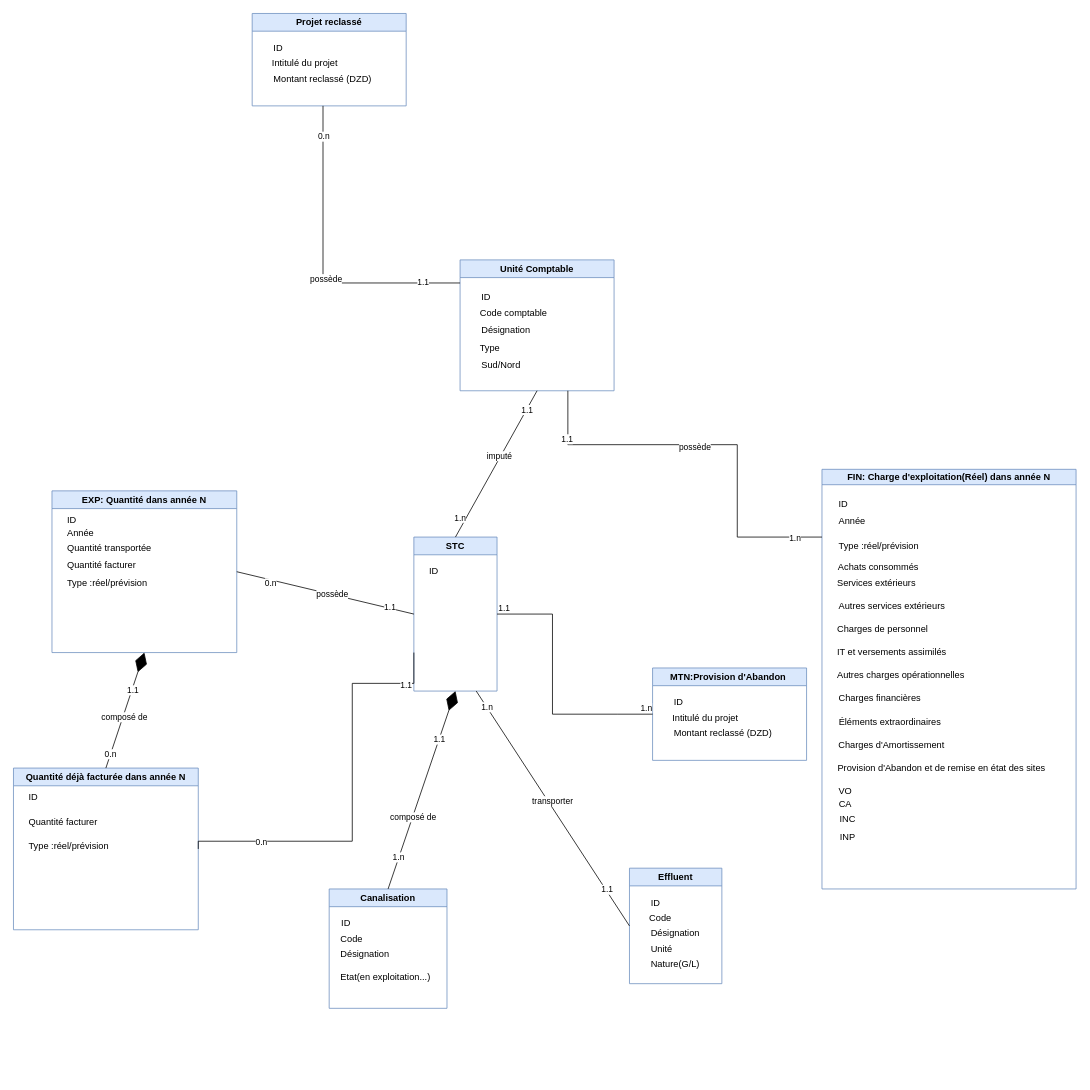
saddambelabed/Conception keeps this draw.io diagram as Diagramme de class Tarification.drawio.xml. Above is the earlier version. Source tidied: cells renumbered, new cells numbered last; positions are measured from the earlier drawing's top-left corner, leaving out a move shared by most shapes. Both pictures are drawn from the tidied source at 77%, with x=0, y=0 at pixel (13, 13).
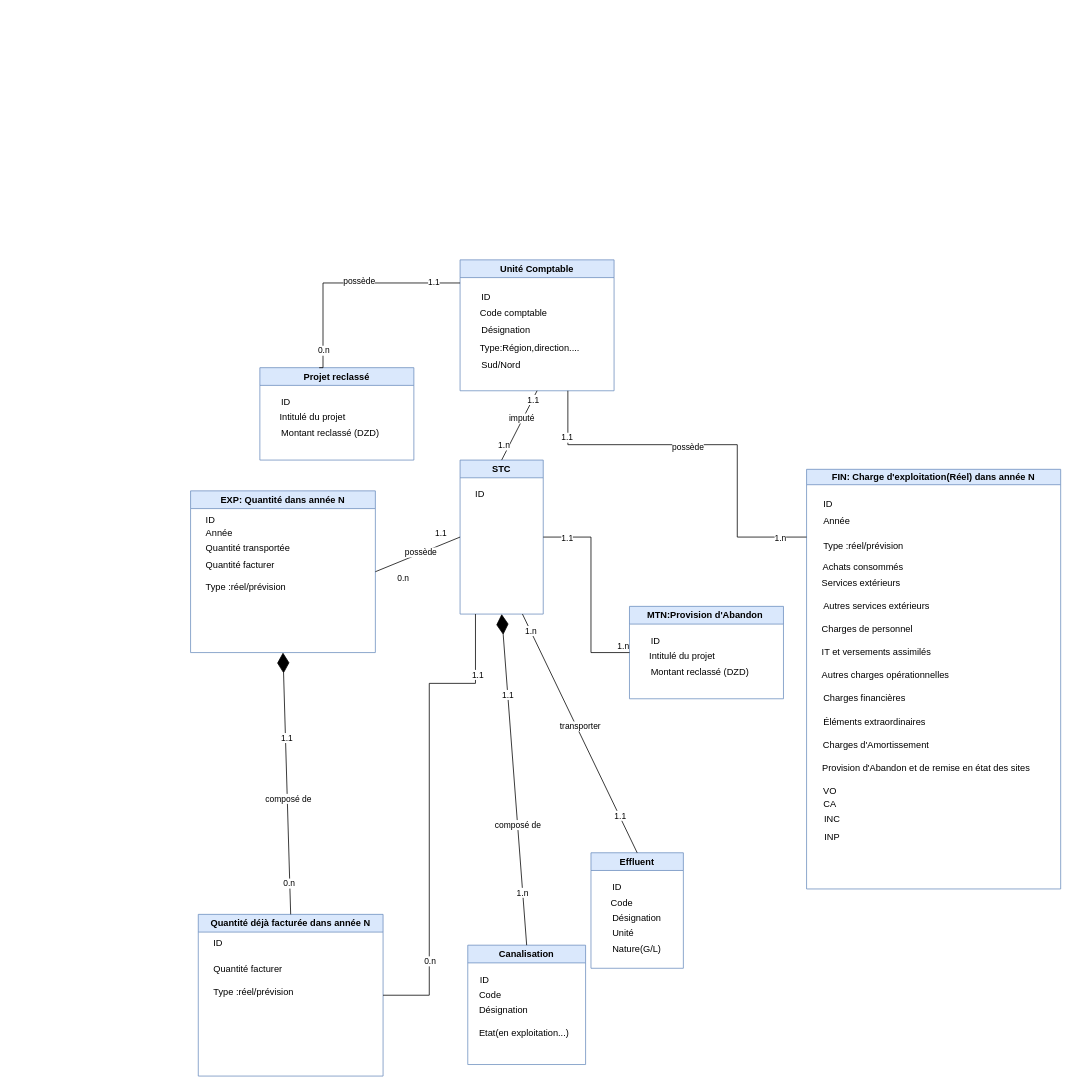
After the change.

Commit message (it also covers changes not shown here):
Mettre à jour Diagramme de class Tarification v0.1.xml

The change refers to these unchanged cells:
```xml
<mxCell id="2" value="Unité Comptable" style="swimlane;whiteSpace=wrap;html=1;fillColor=#dae8fc;strokeColor=#6c8ebf;" parent="1" vertex="1">
  <mxGeometry x="580" y="320" width="200" height="170" as="geometry" />
</mxCell>
```

Diff of the diagram source:
```diff
@@
-    <mxCell id="7" value="Type" style="text;html=1;align=left;verticalAlign=middle;strokeColor=none;fillColor=none;" parent="2" vertex="1">
-      <mxGeometry x="24" y="100" width="50" height="30" as="geometry" />
+    <mxCell id="7" value="Type:Région,direction...." style="text;html=1;align=left;verticalAlign=middle;strokeColor=none;fillColor=none;" parent="2" vertex="1">
+      <mxGeometry x="24" y="100" width="150" height="30" as="geometry" />
     </mxCell>
@@
     <mxCell id="9" value="STC" style="swimlane;whiteSpace=wrap;html=1;fillColor=#dae8fc;strokeColor=#6c8ebf;" parent="1" vertex="1">
-      <mxGeometry x="520" y="680" width="108" height="200" as="geometry" />
+      <mxGeometry x="580" y="580" width="108" height="200" as="geometry" />
     </mxCell>
@@
     <mxCell id="11" value="Canalisation" style="swimlane;whiteSpace=wrap;html=1;fillColor=#dae8fc;strokeColor=#6c8ebf;" parent="1" vertex="1">
-      <mxGeometry x="410" y="1137" width="153" height="155" as="geometry" />
+      <mxGeometry x="590" y="1210" width="153" height="155" as="geometry" />
     </mxCell>
@@
     <mxCell id="16" value="Effluent" style="swimlane;whiteSpace=wrap;html=1;fillColor=#dae8fc;strokeColor=#6c8ebf;" parent="1" vertex="1">
-      <mxGeometry x="800" y="1110" width="120" height="150" as="geometry" />
+      <mxGeometry x="750" y="1090" width="120" height="150" as="geometry" />
     </mxCell>
@@
-    <mxCell id="26" value="transporter" style="html=1;verticalAlign=bottom;endArrow=none;rounded=0;exitX=0.75;exitY=1;exitDx=0;exitDy=0;entryX=0;entryY=0.5;entryDx=0;entryDy=0;endFill=0;" parent="1" edge="1" source="9" target="16">
+    <mxCell id="26" value="transporter" style="html=1;verticalAlign=bottom;endArrow=none;rounded=0;exitX=0.75;exitY=1;exitDx=0;exitDy=0;entryX=0.5;entryY=0;entryDx=0;entryDy=0;endFill=0;" parent="1" edge="1" source="9" target="16">
       <mxGeometry relative="1" as="geometry" />
     </mxCell>
@@
     <mxCell id="32" value="FIN: Charge d'exploitation(Réel) dans année N" style="swimlane;whiteSpace=wrap;html=1;startSize=20;fillColor=#dae8fc;strokeColor=#6c8ebf;" parent="1" vertex="1">
-      <mxGeometry x="1050" y="592" width="330" height="545" as="geometry" />
+      <mxGeometry x="1030" y="592" width="330" height="545" as="geometry" />
     </mxCell>
@@
     <mxCell id="50" style="edgeStyle=orthogonalEdgeStyle;rounded=0;orthogonalLoop=1;jettySize=auto;html=1;endArrow=none;endFill=0;" parent="1" edge="1">
       <mxGeometry relative="1" as="geometry">
         <mxPoint x="720" y="490" as="sourcePoint" />
-        <mxPoint x="1050" y="680" as="targetPoint" />
+        <mxPoint x="1030" y="680" as="targetPoint" />
         <Array as="points">
           <mxPoint x="720" y="560" />
           <mxPoint x="940" y="560" />
           <mxPoint x="940" y="680" />
         </Array>
       </mxGeometry>
     </mxCell>
@@
     <mxCell id="54" value="EXP: Quantité dans année N" style="swimlane;whiteSpace=wrap;html=1;startSize=23;fillColor=#dae8fc;strokeColor=#6c8ebf;" parent="1" vertex="1">
-      <mxGeometry x="50" y="620" width="240" height="210" as="geometry" />
+      <mxGeometry x="230" y="620" width="240" height="210" as="geometry" />
     </mxCell>
@@
+    <mxCell id="86" value="Type :réel/prévision" style="text;html=1;align=left;verticalAlign=middle;strokeColor=none;fillColor=none;" parent="54" vertex="1">
+      <mxGeometry x="18" y="110" width="130" height="30" as="geometry" />
+    </mxCell>
@@
     <mxCell id="63" value="&lt;span style=&quot;text-align: left;&quot;&gt;Quantité déjà&amp;nbsp;facturée&amp;nbsp;&lt;/span&gt;dans année N" style="swimlane;whiteSpace=wrap;html=1;startSize=23;fillColor=#dae8fc;strokeColor=#6c8ebf;" parent="1" vertex="1">
-      <mxGeometry y="980" width="240" height="210" as="geometry" />
+      <mxGeometry x="240" y="1170" width="240" height="210" as="geometry" />
     </mxCell>
@@
-    <mxCell id="67" style="edgeStyle=orthogonalEdgeStyle;rounded=0;jettySize=auto;html=1;exitX=0;exitY=0.75;exitDx=0;exitDy=0;endArrow=none;endFill=0;entryX=1;entryY=0.5;entryDx=0;entryDy=0;" parent="1" edge="1" source="9" target="63">
+    <mxCell id="67" style="edgeStyle=orthogonalEdgeStyle;rounded=0;jettySize=auto;html=1;endArrow=none;endFill=0;entryX=1;entryY=0.5;entryDx=0;entryDy=0;" parent="1" edge="1" target="63">
       <mxGeometry relative="1" as="geometry">
+        <mxPoint x="600" y="780" as="sourcePoint" />
         <Array as="points">
-          <mxPoint x="440" y="870" />
-          <mxPoint x="440" y="1075" />
+          <mxPoint x="600" y="870" />
+          <mxPoint x="540" y="870" />
+          <mxPoint x="540" y="1275" />
         </Array>
       </mxGeometry>
     </mxCell>
@@
     <mxCell id="69" value="1.1" style="edgeLabel;html=1;align=center;verticalAlign=middle;" parent="67" vertex="1">
-      <mxGeometry x="-0.81" y="2" relative="1" as="geometry" />
+      <mxGeometry x="-0.81" y="2" relative="1" as="geometry">
+        <mxPoint y="20" as="offset" />
+      </mxGeometry>
     </mxCell>
@@
     <mxCell id="74" value="Projet reclassé" style="swimlane;whiteSpace=wrap;html=1;fillColor=#dae8fc;strokeColor=#6c8ebf;" parent="1" vertex="1">
-      <mxGeometry x="310" width="200" height="120" as="geometry" />
+      <mxGeometry x="320" y="460" width="200" height="120" as="geometry" />
     </mxCell>
@@
-    <mxCell id="78" style="edgeStyle=orthogonalEdgeStyle;rounded=0;orthogonalLoop=1;jettySize=auto;html=1;endArrow=none;endFill=0;entryX=0.943;entryY=1;entryDx=0;entryDy=0;entryPerimeter=0;" parent="1" edge="1">
+    <mxCell id="78" style="edgeStyle=orthogonalEdgeStyle;rounded=0;jettySize=auto;html=1;endArrow=none;endFill=0;entryX=0.385;entryY=0;entryDx=0;entryDy=0;entryPerimeter=0;" parent="1" edge="1" target="74">
       <mxGeometry relative="1" as="geometry">
         <mxPoint x="580" y="350" as="sourcePoint" />
-        <mxPoint x="402" y="120" as="targetPoint" />
         <Array as="points">
           <mxPoint x="402" y="350" />
+          <mxPoint x="402" y="460" />
         </Array>
       </mxGeometry>
     </mxCell>
@@
     <mxCell id="82" value="MTN:Provision d'Abandon&amp;nbsp;" style="swimlane;whiteSpace=wrap;html=1;fillColor=#dae8fc;strokeColor=#6c8ebf;" parent="1" vertex="1">
-      <mxGeometry x="830" y="850" width="200" height="120" as="geometry" />
+      <mxGeometry x="800" y="770" width="200" height="120" as="geometry" />
     </mxCell>
@@
-    <mxCell id="86" value="Type :réel/prévision" style="text;html=1;align=left;verticalAlign=middle;strokeColor=none;fillColor=none;" parent="1" vertex="1">
-      <mxGeometry x="68" y="725" width="130" height="30" as="geometry" />
-    </mxCell>
     <mxCell id="87" style="endArrow=none;html=1;edgeStyle=orthogonalEdgeStyle;rounded=0;exitX=1;exitY=0.5;exitDx=0;exitDy=0;entryX=0;entryY=0.5;entryDx=0;entryDy=0;" parent="1" edge="1" source="9" target="82">
       <mxGeometry relative="1" as="geometry">
         <Array as="points">
-          <mxPoint x="700" y="780" />
-          <mxPoint x="700" y="910" />
-          <mxPoint x="785" y="910" />
+          <mxPoint x="750" y="680" />
+          <mxPoint x="750" y="830" />
         </Array>
       </mxGeometry>
     </mxCell>
     <mxCell id="88" value="1.1" style="edgeLabel;html=1;align=left;verticalAlign=bottom;" parent="87" vertex="1">
-      <mxGeometry x="-1" relative="1" as="geometry" />
+      <mxGeometry x="-1" relative="1" as="geometry">
+        <mxPoint x="22" y="10" as="offset" />
+      </mxGeometry>
     </mxCell>
```
